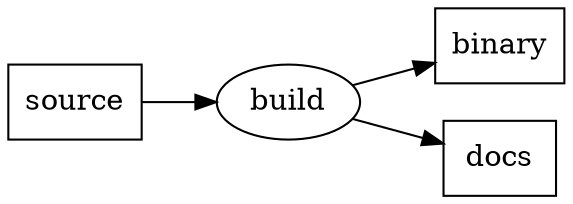
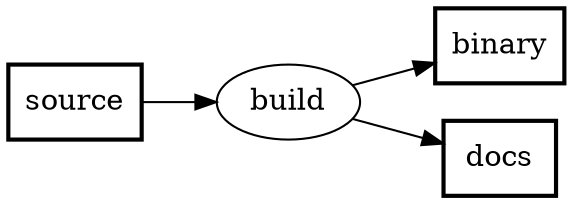
digraph PFDSL {
  rankdir=LR;
  newrank=true;

-   "binary" [shape=box, label="binary"];
+   "binary" [shape=box, label="binary", penwidth="2"];
  "build" [shape=ellipse, label="build"];
-   "docs" [shape=box, label="docs"];
-   "source" [shape=box, label="source"];
+   "docs" [shape=box, label="docs", penwidth="2"];
+   "source" [shape=box, label="source", penwidth="2"];

  "source" -> "build";
  "build" -> "binary";
  "build" -> "docs";
}
